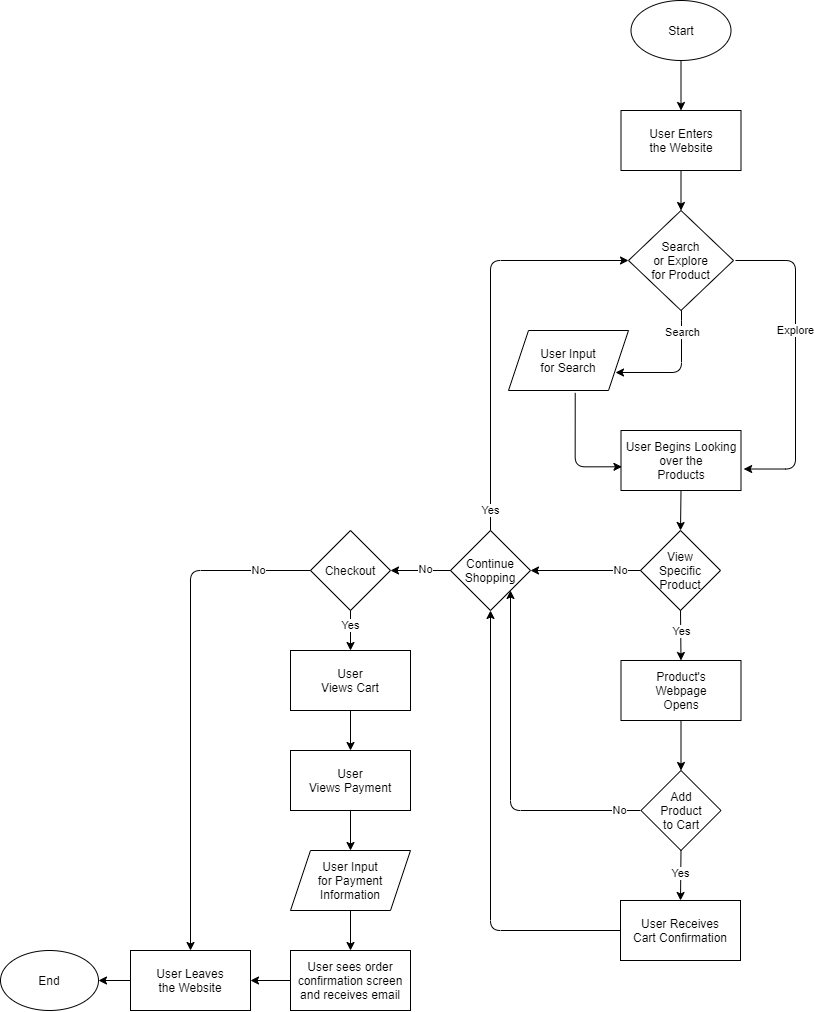
The draw.io diagram part2/part2.drawio.png in Sash132/wi21-cse110-lab4, before a commit. Source tidied: cells renumbered, new cells last; positions are measured from the earlier drawing's top-left corner, leaving out a move shared by most shapes.
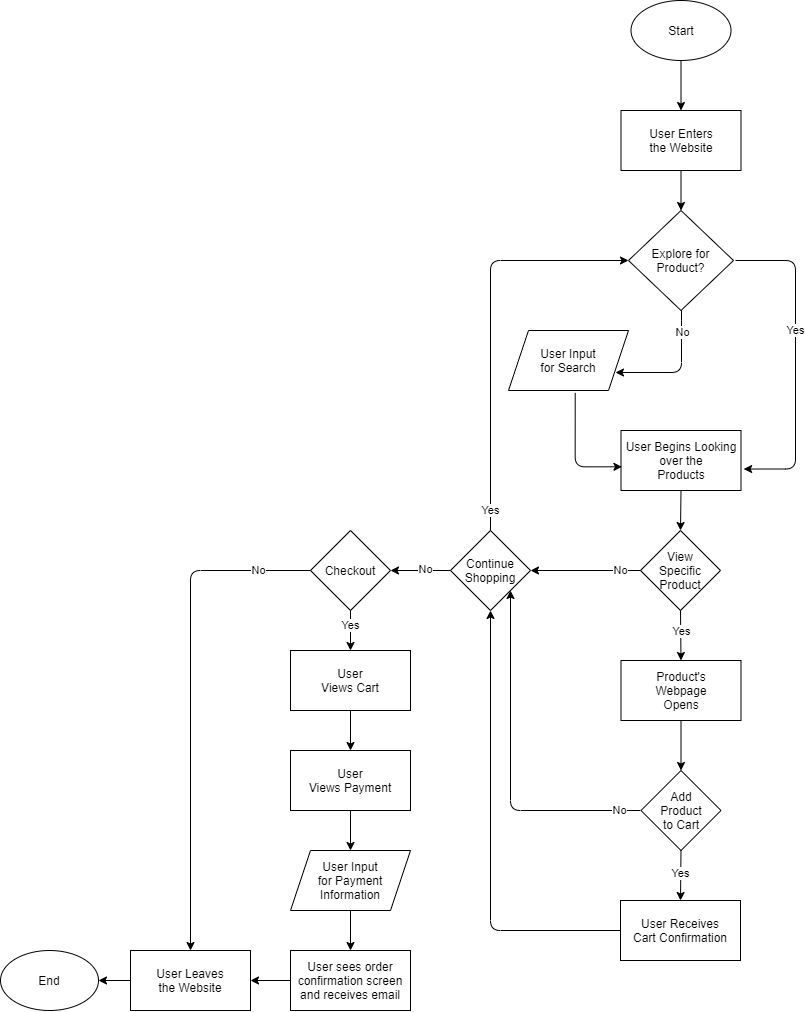
Later version of the same file.

What changed in the source:
```diff
@@ -5,7 +5,7 @@
     <mxCell id="2" value="Start" style="ellipse;whiteSpace=wrap;html=1;" parent="1" vertex="1">
       <mxGeometry x="630.5" width="100" height="60" as="geometry" />
     </mxCell>
-    <mxCell id="3" value="Search&lt;br&gt;or Explore&lt;br&gt;for Product" style="rhombus;whiteSpace=wrap;html=1;" parent="1" vertex="1">
+    <mxCell id="3" value="Explore for&lt;br&gt;Product?" style="rhombus;whiteSpace=wrap;html=1;" parent="1" vertex="1">
       <mxGeometry x="628" y="210" width="105" height="100" as="geometry" />
     </mxCell>
     <mxCell id="4" value="User Input&lt;br&gt;for Search" style="shape=parallelogram;perimeter=parallelogramPerimeter;whiteSpace=wrap;html=1;fixedSize=1;" parent="1" vertex="1">
@@ -23,7 +23,7 @@
         </Array>
       </mxGeometry>
     </mxCell>
-    <mxCell id="7" value="Explore" style="edgeLabel;html=1;align=center;verticalAlign=middle;" parent="6" vertex="1">
+    <mxCell id="7" value="Yes" style="edgeLabel;html=1;align=center;verticalAlign=middle;" parent="6" vertex="1">
       <mxGeometry x="-0.05" y="1" relative="1" as="geometry">
         <mxPoint x="-1" y="-22.5" as="offset" />
       </mxGeometry>
@@ -48,7 +48,7 @@
         </Array>
       </mxGeometry>
     </mxCell>
-    <mxCell id="13" value="Search" style="edgeLabel;html=1;align=center;verticalAlign=middle;" parent="12" vertex="1">
+    <mxCell id="13" value="No" style="edgeLabel;html=1;align=center;verticalAlign=middle;" parent="12" vertex="1">
       <mxGeometry x="-0.65" y="1" relative="1" as="geometry" />
     </mxCell>
     <mxCell id="14" value="Product's&lt;br&gt;Webpage&lt;br&gt;Opens" style="rounded=0;whiteSpace=wrap;html=1;" parent="1" vertex="1">
```
